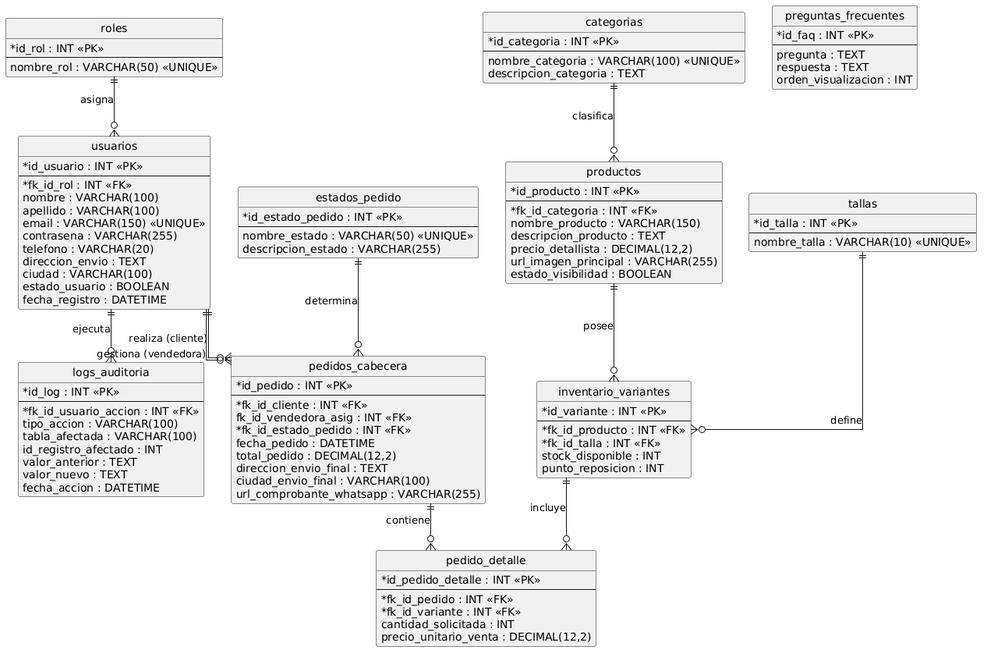
Earlier version of the PlantUML export docs/ent relacion/entidad.png (holo-t-leds/Concepto-OneStyle-Mariana).
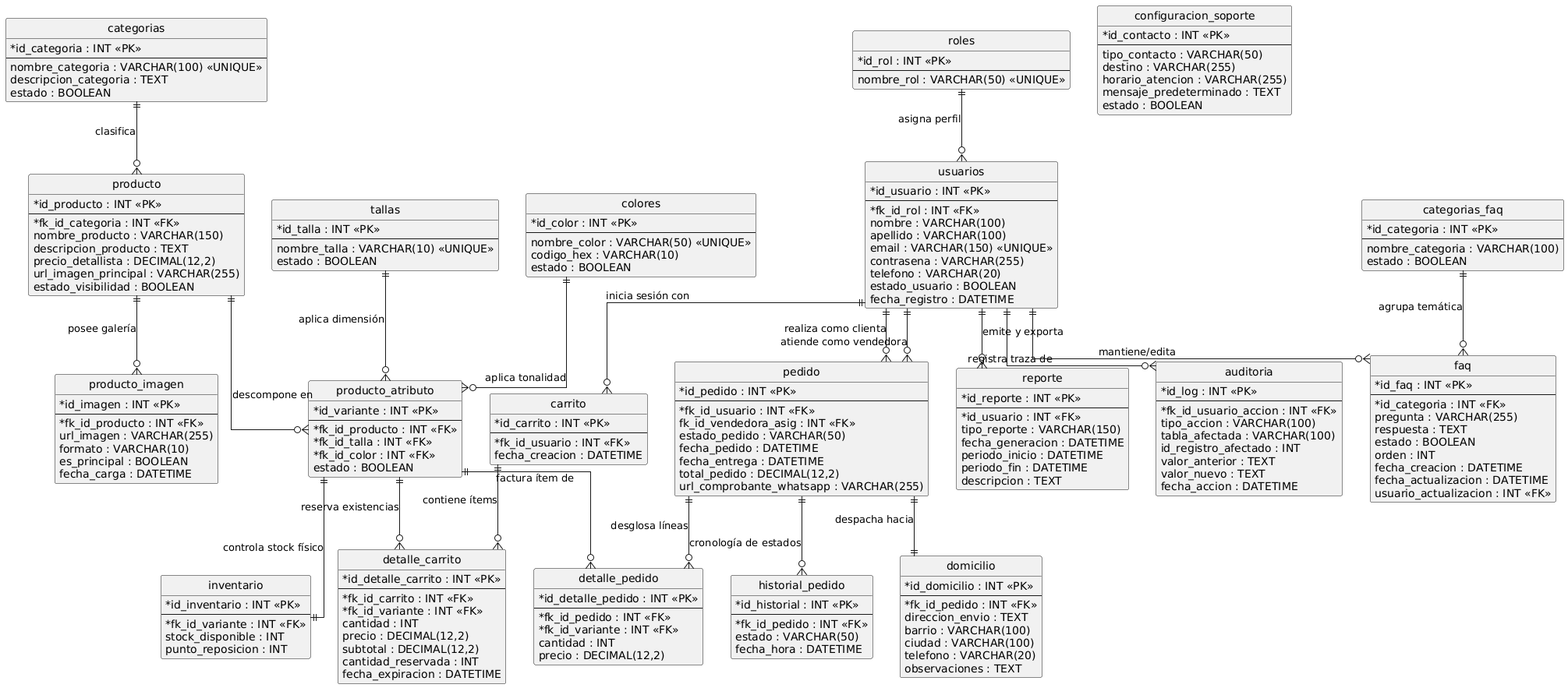
After the commit.

What changed in the source:
```diff
@@ -2,6 +2,8 @@
 hide circle
 skinparam linetype ortho
 skinparam classAttributeIconSize 0
+skinparam roundcorner 5
+
 
 
 entity "roles" as roles {
@@ -19,75 +21,11 @@
     email : VARCHAR(150) <<UNIQUE>>
     contrasena : VARCHAR(255)
     telefono : VARCHAR(20)
-    direccion_envio : TEXT
-    ciudad : VARCHAR(100)
     estado_usuario : BOOLEAN
     fecha_registro : DATETIME
 }
 
-entity "categorias" as categorias {
-    * id_categoria : INT <<PK>>
-    --
-    nombre_categoria : VARCHAR(100) <<UNIQUE>>
-    descripcion_categoria : TEXT
-}
-
-entity "productos" as productos {
-    * id_producto : INT <<PK>>
-    --
-    * fk_id_categoria : INT <<FK>>
-    nombre_producto : VARCHAR(150)
-    descripcion_producto : TEXT
-    precio_detallista : DECIMAL(12,2)
-    url_imagen_principal : VARCHAR(255)
-    estado_visibilidad : BOOLEAN
-}
-
-entity "tallas" as tallas {
-    * id_talla : INT <<PK>>
-    --
-    nombre_talla : VARCHAR(10) <<UNIQUE>>
-}
-
-entity "inventario_variantes" as inventario_variantes {
-    * id_variante : INT <<PK>>
-    --
-    * fk_id_producto : INT <<FK>>
-    * fk_id_talla : INT <<FK>>
-    stock_disponible : INT
-    punto_reposicion : INT
-}
-
-entity "estados_pedido" as estados_pedido {
-    * id_estado_pedido : INT <<PK>>
-    --
-    nombre_estado : VARCHAR(50) <<UNIQUE>>
-    descripcion_estado : VARCHAR(255)
-}
-
-entity "pedidos_cabecera" as pedidos_cabecera {
-    * id_pedido : INT <<PK>>
-    --
-    * fk_id_cliente : INT <<FK>>
-    fk_id_vendedora_asig : INT <<FK>>
-    * fk_id_estado_pedido : INT <<FK>>
-    fecha_pedido : DATETIME
-    total_pedido : DECIMAL(12,2)
-    direccion_envio_final : TEXT
-    ciudad_envio_final : VARCHAR(100)
-    url_comprobante_whatsapp : VARCHAR(255)
-}
-
-entity "pedido_detalle" as pedido_detalle {
-    * id_pedido_detalle : INT <<PK>>
-    --
-    * fk_id_pedido : INT <<FK>>
-    * fk_id_variante : INT <<FK>>
-    cantidad_solicitada : INT
-    precio_unitario_venta : DECIMAL(12,2)
-}
-
-entity "logs_auditoria" as logs_auditoria {
+entity "auditoria" as auditoria {
     * id_log : INT <<PK>>
     --
     * fk_id_usuario_accion : INT <<FK>>
@@ -99,23 +37,194 @@
     fecha_accion : DATETIME
 }
 
-entity "preguntas_frecuentes" as preguntas_frecuentes {
-    * id_faq : INT <<PK>>
+
+entity "categorias" as categorias {
+    * id_categoria : INT <<PK>>
     --
-    pregunta : TEXT
-    respuesta : TEXT
-    orden_visualizacion : INT
+    nombre_categoria : VARCHAR(100) <<UNIQUE>>
+    descripcion_categoria : TEXT
+    estado : BOOLEAN
+}
+
+entity "tallas" as tallas {
+    * id_talla : INT <<PK>>
+    --
+    nombre_talla : VARCHAR(10) <<UNIQUE>>
+    estado : BOOLEAN
+}
+
+entity "colores" as colores {
+    * id_color : INT <<PK>>
+    --
+    nombre_color : VARCHAR(50) <<UNIQUE>>
+    codigo_hex : VARCHAR(10)
+    estado : BOOLEAN
+}
+
+entity "producto" as producto {
+    * id_producto : INT <<PK>>
+    --
+    * fk_id_categoria : INT <<FK>>
+    nombre_producto : VARCHAR(150)
+    descripcion_producto : TEXT
+    precio_detallista : DECIMAL(12,2)
+    url_imagen_principal : VARCHAR(255)
+    estado_visibilidad : BOOLEAN
+}
+
+entity "producto_imagen" as producto_imagen {
+    * id_imagen : INT <<PK>>
+    --
+    * fk_id_producto : INT <<FK>>
+    url_imagen : VARCHAR(255)
+    formato : VARCHAR(10)
+    es_principal : BOOLEAN
+    fecha_carga : DATETIME
+}
+
+entity "producto_atributo" as producto_atributo {
+    * id_variante : INT <<PK>>
+    --
+    * fk_id_producto : INT <<FK>>
+    * fk_id_talla : INT <<FK>>
+    * fk_id_color : INT <<FK>>
+    estado : BOOLEAN
+}
+
+entity "inventario" as inventario {
+    * id_inventario : INT <<PK>>
+    --
+    * fk_id_variante : INT <<FK>>
+    stock_disponible : INT
+    punto_reposicion : INT
 }
 
 
-roles ||--o{ usuarios : "asigna"
-categorias ||--o{ productos : "clasifica"
-productos ||--o{ inventario_variantes : "posee"
-tallas ||--o{ inventario_variantes : "define"
-usuarios ||--o{ pedidos_cabecera : "realiza (cliente)"
-usuarios ||--o{ pedidos_cabecera : "gestiona (vendedora)"
-estados_pedido ||--o{ pedidos_cabecera : "determina"
-pedidos_cabecera ||--o{ pedido_detalle : "contiene"
-inventario_variantes ||--o{ pedido_detalle : "incluye"
-usuarios ||--o{ logs_auditoria : "ejecuta"
+entity "carrito" as carrito {
+    * id_carrito : INT <<PK>>
+    --
+    * fk_id_usuario : INT <<FK>>
+    fecha_creacion : DATETIME
+}
+
+entity "detalle_carrito" as detalle_carrito {
+    * id_detalle_carrito : INT <<PK>>
+    --
+    * fk_id_carrito : INT <<FK>>
+    * fk_id_variante : INT <<FK>>
+    cantidad : INT
+    precio : DECIMAL(12,2)
+    subtotal : DECIMAL(12,2)
+    cantidad_reservada : INT
+    fecha_expiracion : DATETIME
+}
+
+
+entity "pedido" as pedido {
+    * id_pedido : INT <<PK>>
+    --
+    * fk_id_usuario : INT <<FK>>
+    fk_id_vendedora_asig : INT <<FK>>
+    estado_pedido : VARCHAR(50)
+    fecha_pedido : DATETIME
+    fecha_entrega : DATETIME
+    total_pedido : DECIMAL(12,2)
+    url_comprobante_whatsapp : VARCHAR(255)
+}
+
+entity "detalle_pedido" as detalle_pedido {
+    * id_detalle_pedido : INT <<PK>>
+    --
+    * fk_id_pedido : INT <<FK>>
+    * fk_id_variante : INT <<FK>>
+    cantidad : INT
+    precio : DECIMAL(12,2)
+}
+
+entity "historial_pedido" as historial_pedido {
+    * id_historial : INT <<PK>>
+    --
+    * fk_id_pedido : INT <<FK>>
+    estado : VARCHAR(50)
+    fecha_hora : DATETIME
+}
+
+entity "domicilio" as domicilio {
+    * id_domicilio : INT <<PK>>
+    --
+    * fk_id_pedido : INT <<FK>>
+    direccion_envio : TEXT
+    barrio : VARCHAR(100)
+    ciudad : VARCHAR(100)
+    telefono : VARCHAR(20)
+    observaciones : TEXT
+}
+
+
+entity "categorias_faq" as categorias_faq {
+    * id_categoria : INT <<PK>>
+    --
+    nombre_categoria : VARCHAR(100)
+    estado : BOOLEAN
+}
+
+entity "faq" as faq {
+    * id_faq : INT <<PK>>
+    --
+    * id_categoria : INT <<FK>>
+    pregunta : VARCHAR(255)
+    respuesta : TEXT
+    estado : BOOLEAN
+    orden : INT
+    fecha_creacion : DATETIME
+    fecha_actualizacion : DATETIME
+    usuario_actualizacion : INT <<FK>>
+}
+
+entity "configuracion_soporte" as configuracion_soporte {
+    * id_contacto : INT <<PK>>
+    --
+    tipo_contacto : VARCHAR(50)
+    destino : VARCHAR(255)
+    horario_atencion : VARCHAR(255)
+    mensaje_predeterminado : TEXT
+    estado : BOOLEAN
+}
+
+entity "reporte" as reporte {
+    * id_reporte : INT <<PK>>
+    --
+    * id_usuario : INT <<FK>>
+    tipo_reporte : VARCHAR(150)
+    fecha_generacion : DATETIME
+    periodo_inicio : DATETIME
+    periodo_fin : DATETIME
+    descripcion : TEXT
+}
+
+
+roles ||--o{ usuarios : "asigna perfil"
+usuarios ||--o{ auditoria : "registra traza de"
+
+categorias ||--o{ producto : "clasifica"
+producto ||--o{ producto_imagen : "posee galería"
+producto ||--o{ producto_atributo : "descompone en"
+tallas ||--o{ producto_atributo : "aplica dimensión"
+colores ||--o{ producto_atributo : "aplica tonalidad"
+producto_atributo ||--|| inventario : "controla stock físico"
+
+usuarios ||--o{ carrito : "inicia sesión con"
+carrito ||--o{ detalle_carrito : "contiene ítems"
+producto_atributo ||--o{ detalle_carrito : "reserva existencias"
+
+usuarios ||--o{ pedido : "realiza como clienta"
+usuarios ||--o{ pedido : "atiende como vendedora"
+pedido ||--o{ detalle_pedido : "desglosa líneas"
+producto_atributo ||--o{ detalle_pedido : "factura ítem de"
+pedido ||--o{ historial_pedido : "cronología de estados"
+pedido ||--|| domicilio : "despacha hacia"
+
+categorias_faq ||--o{ faq : "agrupa temática"
+usuarios ||--o{ faq : "mantiene/edita"
+usuarios ||--o{ reporte : "emite y exporta"
 @enduml
```
